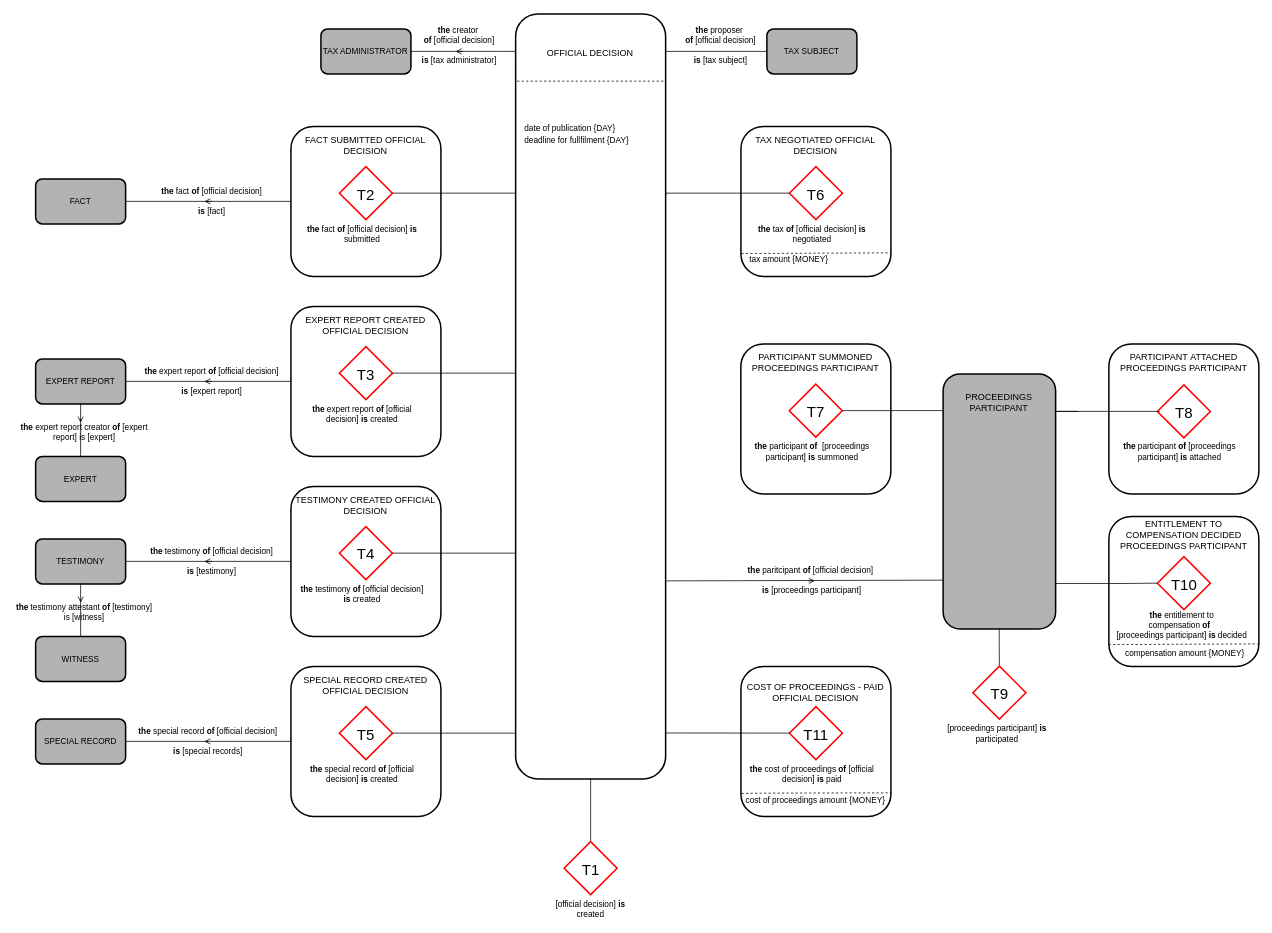
This is as-is-analysis/demo-models/res/object_fact_diagram.drawio from matouda7/tax-administration-digitization, a draw.io file, before an edit. Source tidied: cells renumbered, new cells numbered last; positions are measured from the earlier drawing's top-left corner, leaving out a move shared by most shapes. Both pictures are drawn from the tidied source at 75%, with x=0, y=0 at pixel (13, 14).
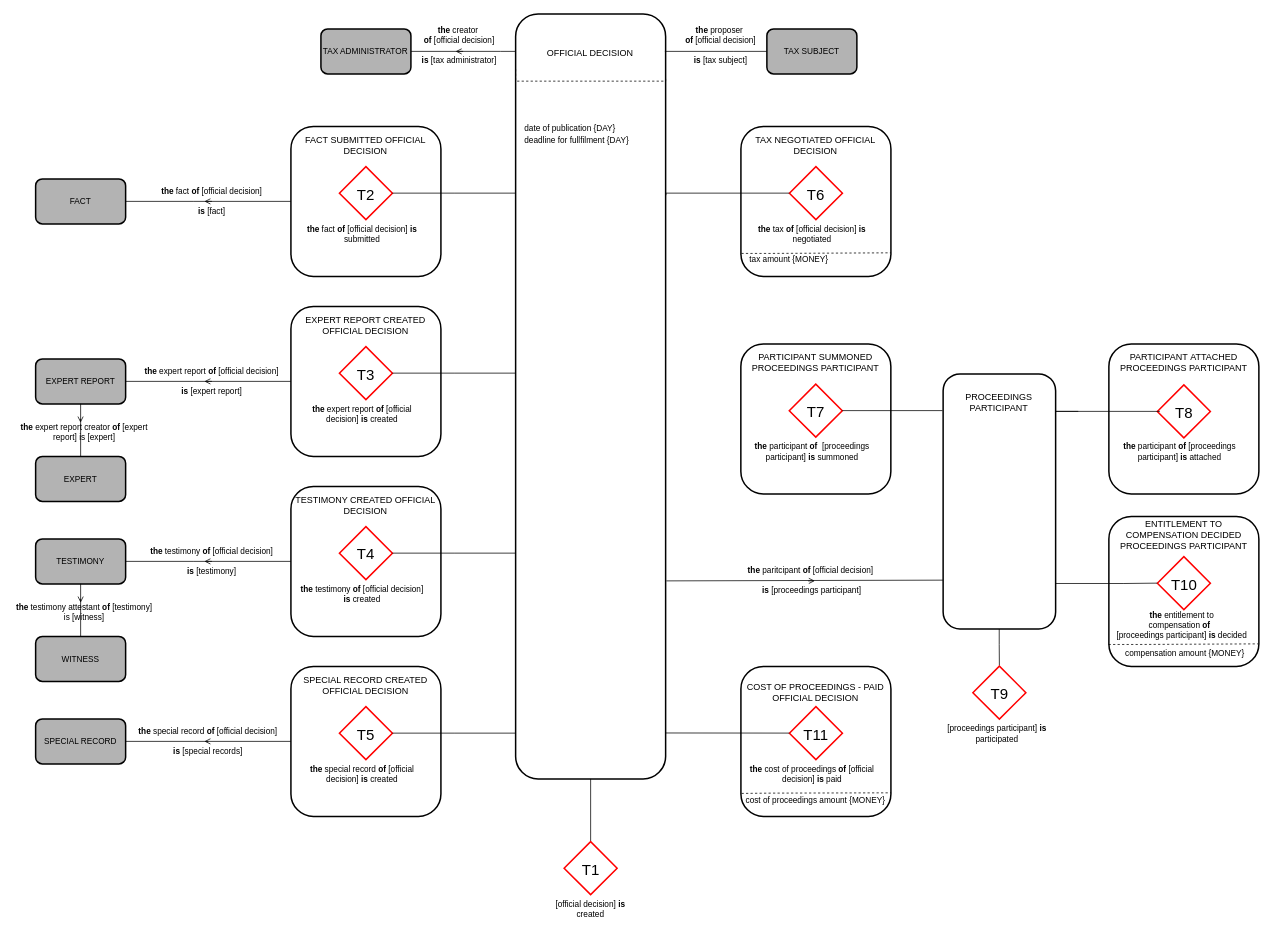
Above is the later version.

Unchanged cells that the change refers to:
```xml
<mxCell id="126" style="group;" parent="1" vertex="1">
  <mxGeometry x="1240" y="480" width="150" height="340" as="geometry" />
</mxCell>
```

Change to the diagram source:
```diff
@@
-    <mxCell id="127" style="rounded=1;whiteSpace=wrap;html=1;strokeColor=#000000;strokeWidth=2;fillColor=#B3B3B3;" parent="126" vertex="1">
+    <mxCell id="127" style="rounded=1;whiteSpace=wrap;html=1;strokeWidth=2;" parent="126" vertex="1">
       <mxGeometry width="150" height="340" as="geometry" />
     </mxCell>
```
